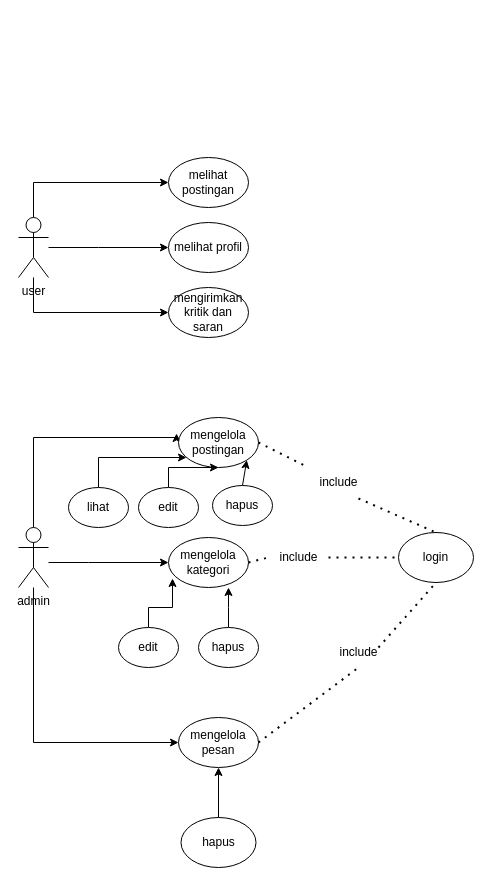
Devildaus/Devildaus keeps this draw.io diagram as page "Halaman-1" (1 of 6) of Diagram Tanpa Judul.drawio. Above is the earlier version. Source tidied: cells renumbered, new cells numbered last; positions are measured from the earlier drawing's top-left corner, leaving out a move shared by most shapes. Both pictures are drawn from the tidied source at 100%, with x=0, y=0 at pixel (18, 157).
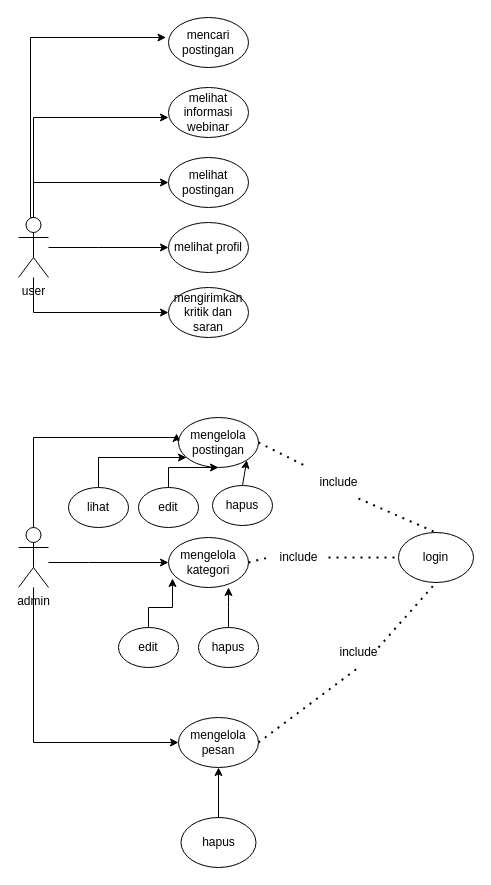
Above is the later version.

Unchanged cells that the change refers to:
```xml
<mxCell id="5" value="user" style="shape=umlActor;verticalLabelPosition=bottom;verticalAlign=top;html=1;outlineConnect=0;" parent="1" vertex="1">
  <mxGeometry y="60" width="30" height="60" as="geometry" />
</mxCell>
```

The edit, as a diff of the source:
```diff
@@
+    <mxCell id="38" value="melihat informasi webinar" style="ellipse;whiteSpace=wrap;html=1;" parent="1" vertex="1">
+      <mxGeometry x="150" y="-70" width="80" height="50" as="geometry" />
+    </mxCell>
+    <mxCell id="39" style="edgeStyle=orthogonalEdgeStyle;rounded=0;jettySize=auto;html=1;exitX=0.5;exitY=0;exitDx=0;exitDy=0;exitPerimeter=0;" parent="1" edge="1" source="5">
+      <mxGeometry relative="1" as="geometry">
+        <mxPoint x="150" y="-40" as="targetPoint" />
+        <Array as="points">
+          <mxPoint x="15" y="-40" />
+        </Array>
+      </mxGeometry>
+    </mxCell>
+    <mxCell id="40" style="edgeStyle=orthogonalEdgeStyle;rounded=0;jettySize=auto;html=1;exitX=0.5;exitY=0;exitDx=0;exitDy=0;exitPerimeter=0;" parent="1" edge="1" source="5">
+      <mxGeometry relative="1" as="geometry">
+        <mxPoint x="147.5" y="-120" as="targetPoint" />
+        <Array as="points">
+          <mxPoint x="12" y="60" />
+          <mxPoint x="12" y="-120" />
+        </Array>
+      </mxGeometry>
+    </mxCell>
+    <mxCell id="41" value="mencari postingan" style="ellipse;whiteSpace=wrap;html=1;" parent="1" vertex="1">
+      <mxGeometry x="150" y="-140" width="80" height="50" as="geometry" />
+    </mxCell>
```
